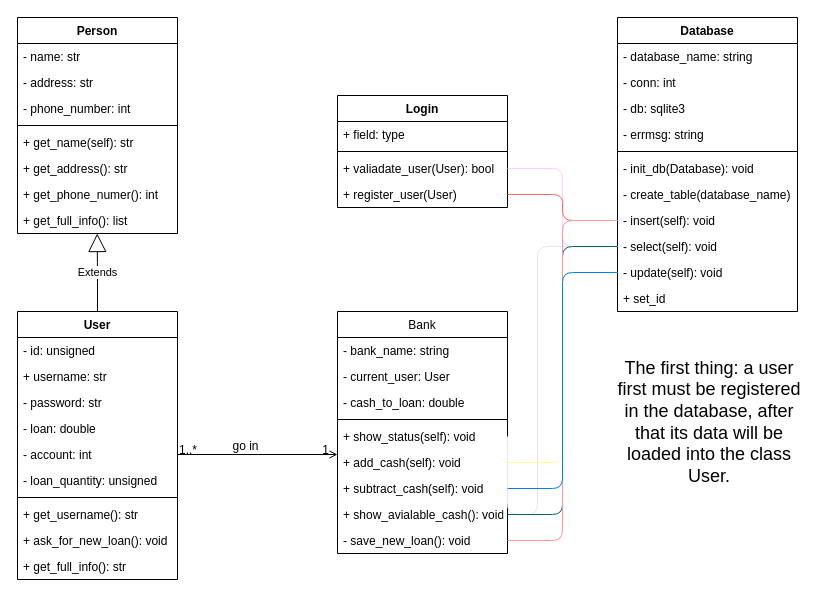
Before: page "UML" (1 of 2) of init-design.drawio in djose1164/bank-management-system, a draw.io diagram. Source tidied: cells renumbered, new cells numbered last; positions are measured from the earlier drawing's top-left corner, leaving out a move shared by most shapes. Both pictures are drawn from the tidied source at 100%, with x=0, y=0 at pixel (17, 17).
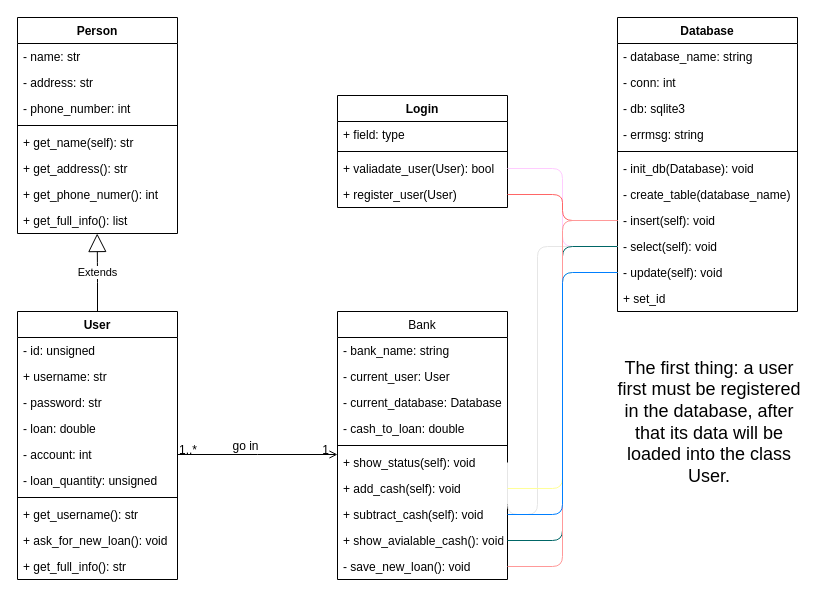
The same page after the edit.

Commit message (it also covers changes not shown here):
Bank will containg user and database object.

What changed in the source:
```diff
@@
     <mxCell id="2" value="Bank" style="swimlane;fontStyle=0;align=center;verticalAlign=top;horizontal=1;startSize=26;rounded=0;shadow=0;strokeWidth=1;" parent="1" vertex="1">
-      <mxGeometry x="320" y="294" width="170" height="242" as="geometry" />
+      <mxGeometry x="320" y="294" width="170" height="268" as="geometry" />
     </mxCell>
@@
+    <mxCell id="62" value="- current_database: Database" style="text;strokeColor=none;fillColor=none;align=left;verticalAlign=top;spacingLeft=4;spacingRight=4;overflow=hidden;" parent="2" vertex="1">
+      <mxGeometry y="78" width="170" height="26" as="geometry" />
+    </mxCell>
     <mxCell id="5" value="- cash_to_loan: double" style="text;align=left;verticalAlign=top;spacingLeft=4;spacingRight=4;overflow=hidden;rounded=0;shadow=0;html=0;" parent="2" vertex="1">
-      <mxGeometry y="78" width="170" height="26" as="geometry" />
+      <mxGeometry y="104" width="170" height="26" as="geometry" />
     </mxCell>
     <mxCell id="6" style="line;html=1;strokeWidth=1;align=left;verticalAlign=middle;spacingTop=-1;spacingLeft=3;spacingRight=3;labelPosition=right;" parent="2" vertex="1">
-      <mxGeometry y="104" width="170" height="8" as="geometry" />
+      <mxGeometry y="130" width="170" height="8" as="geometry" />
     </mxCell>
     <mxCell id="7" value="+ show_status(self): void" style="text;strokeColor=none;fillColor=none;align=left;verticalAlign=top;spacingLeft=4;spacingRight=4;overflow=hidden;points=[[0,0.5],[1,0.5]];portConstraint=eastwest;" parent="2" vertex="1">
-      <mxGeometry y="112" width="170" height="26" as="geometry" />
+      <mxGeometry y="138" width="170" height="26" as="geometry" />
     </mxCell>
     <mxCell id="8" value="+ add_cash(self): void" style="text;strokeColor=none;fillColor=none;align=left;verticalAlign=top;spacingLeft=4;spacingRight=4;overflow=hidden;points=[[0,0.5],[1,0.5]];portConstraint=eastwest;" parent="2" vertex="1">
-      <mxGeometry y="138" width="170" height="26" as="geometry" />
+      <mxGeometry y="164" width="170" height="26" as="geometry" />
     </mxCell>
     <mxCell id="9" value="+ subtract_cash(self): void" style="text;strokeColor=none;fillColor=none;align=left;verticalAlign=top;spacingLeft=4;spacingRight=4;overflow=hidden;points=[[0,0.5],[1,0.5]];portConstraint=eastwest;" parent="2" vertex="1">
-      <mxGeometry y="164" width="170" height="26" as="geometry" />
+      <mxGeometry y="190" width="170" height="26" as="geometry" />
     </mxCell>
     <mxCell id="10" value="+ show_avialable_cash(): void" style="text;strokeColor=none;fillColor=none;align=left;verticalAlign=top;spacingLeft=4;spacingRight=4;overflow=hidden;points=[[0,0.5],[1,0.5]];portConstraint=eastwest;" parent="2" vertex="1">
-      <mxGeometry y="190" width="170" height="26" as="geometry" />
+      <mxGeometry y="216" width="170" height="26" as="geometry" />
     </mxCell>
     <mxCell id="11" value="- save_new_loan(): void" style="text;align=left;verticalAlign=top;spacingLeft=4;spacingRight=4;overflow=hidden;points=[[0,0.5],[1,0.5]];portConstraint=eastwest;" parent="2" vertex="1">
-      <mxGeometry y="216" width="170" height="26" as="geometry" />
+      <mxGeometry y="242" width="170" height="26" as="geometry" />
     </mxCell>
```
